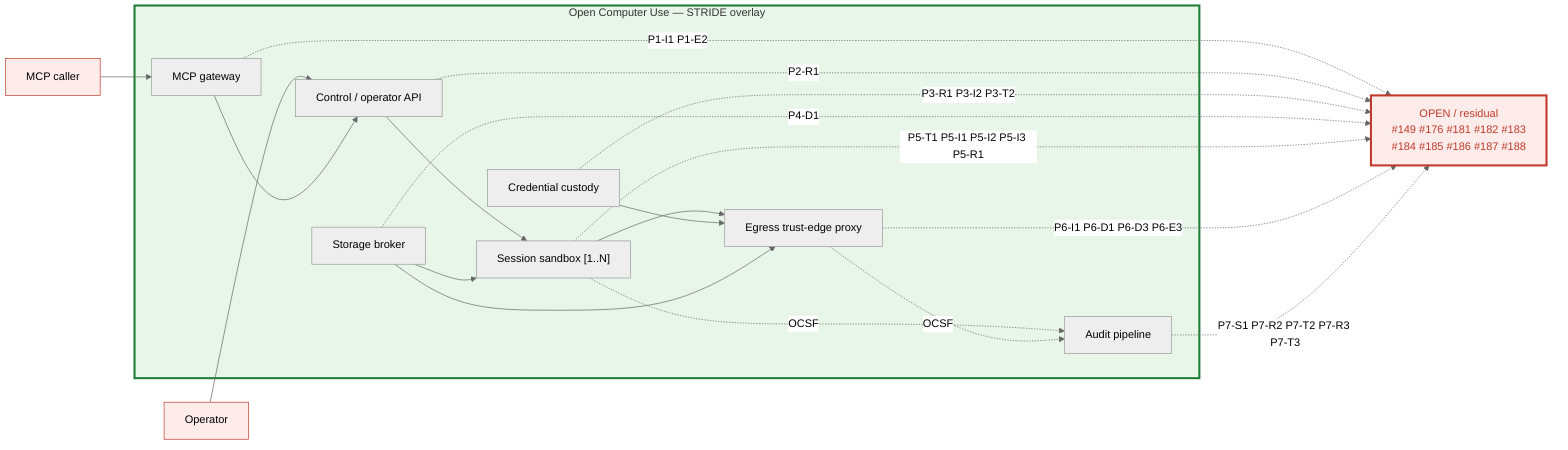
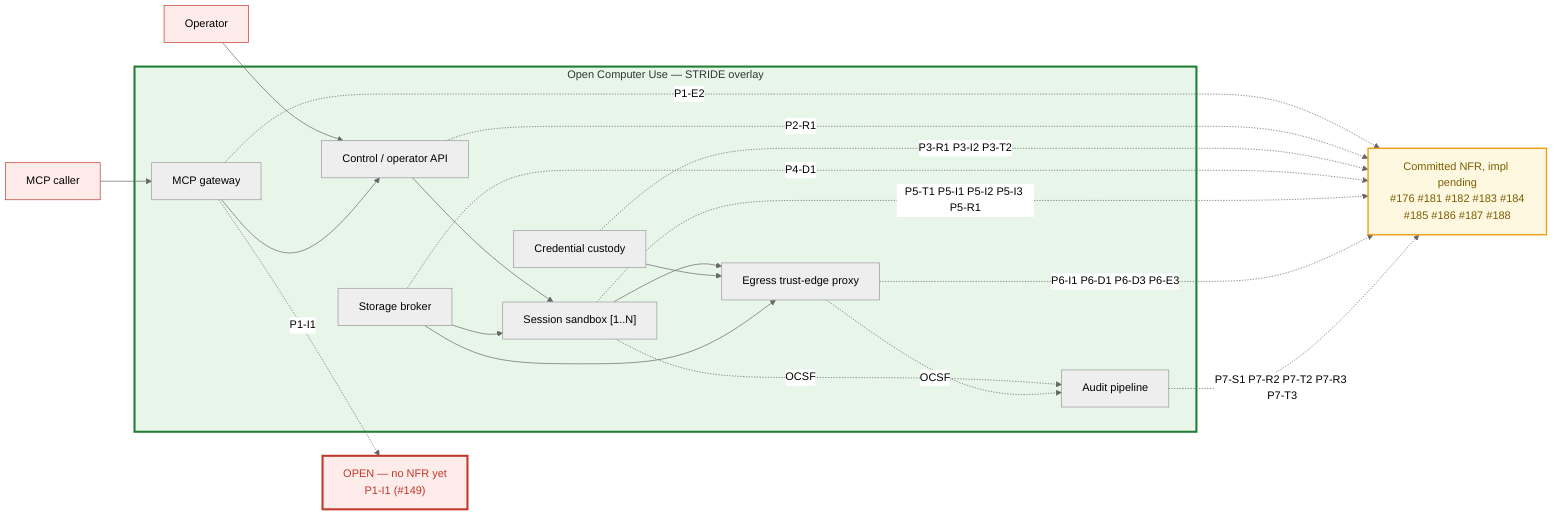
%% SPDX-License-Identifier: FSL-1.1-Apache-2.0
%% Copyright (c) 2025 Open Computer Use Contributors
%% Layer 7 STRIDE overlay on the Layer 6 container DFD. Referenced from docs/architecture/06-threat-model.md.
%% OPEN/residual threats annotated per element; the DFD itself is canonical in c4-container.mmd (not redrawn).
%%{init: {"theme": "neutral"} }%%
flowchart LR
    PEER["MCP caller"]:::ext
    OPER["Operator"]:::ext
    subgraph OCU["Open Computer Use — STRIDE overlay"]
        MCPG["MCP gateway"]
        CTRL["Control / operator API"]
        CUST["Credential custody"]
        STORE["Storage broker"]
        VM["Session sandbox [1..N]"]
        EDGE["Egress trust-edge proxy"]
        AUD["Audit pipeline"]
    end
    PEER --> MCPG
    OPER --> CTRL
    MCPG --> CTRL
    CTRL --> VM
    STORE --> VM
    VM --> EDGE
    CUST --> EDGE
    STORE --> EDGE
    VM -.OCSF.-> AUD
    EDGE -.OCSF.-> AUD

-     OPEN["OPEN / residual<br/>#149 #176 #181 #182 #183<br/>#184 #185 #186 #187 #188"]:::open
-     MCPG -. P1-I1 P1-E2 .-> OPEN
-     CTRL -. P2-R1 .-> OPEN
-     CUST -. P3-R1 P3-I2 P3-T2 .-> OPEN
-     STORE -. P4-D1 .-> OPEN
-     VM -. P5-T1 P5-I1 P5-I2 P5-I3 P5-R1 .-> OPEN
-     EDGE -. P6-I1 P6-D1 P6-D3 P6-E3 .-> OPEN
-     AUD -. P7-S1 P7-R2 P7-T2 P7-R3 P7-T3 .-> OPEN
+     OPEN["OPEN — no NFR yet<br/>P1-I1 (#149)"]:::open
+     PEND["Committed NFR, impl pending<br/>#176 #181 #182 #183 #184<br/>#185 #186 #187 #188"]:::pend
+     MCPG -. P1-I1 .-> OPEN
+     MCPG -. P1-E2 .-> PEND
+     CTRL -. P2-R1 .-> PEND
+     CUST -. P3-R1 P3-I2 P3-T2 .-> PEND
+     STORE -. P4-D1 .-> PEND
+     VM -. P5-T1 P5-I1 P5-I2 P5-I3 P5-R1 .-> PEND
+     EDGE -. P6-I1 P6-D1 P6-D3 P6-E3 .-> PEND
+     AUD -. P7-S1 P7-R2 P7-T2 P7-R3 P7-T3 .-> PEND

    classDef ext fill:#fdecea,stroke:#c0392b,stroke-width:1px;
    classDef open fill:#fdecea,stroke:#c0392b,stroke-width:3px,color:#c0392b;
+     classDef pend fill:#fff8e1,stroke:#f39c12,stroke-width:2px,color:#7a5c00;
    style OCU fill:#e8f5e9,stroke:#1e7e34,stroke-width:3px;
